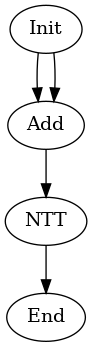
Above: data/graph_poly.dot.png in hal-lab-u-tokyo/PolyFHE (Graphviz), before the change. Its source is kept beside it as data/graph_poly.dot.
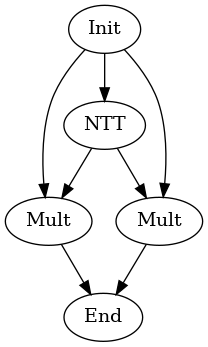
Later version of the same file.

Diff of the diagram source:
```diff
@@ -2,9 +2,13 @@
 Init[label="Init"];
 End[label="End"];
 NTT[label="NTT"];
-Add[label="Add"];
-Init -> Add;
-Init -> Add;
-Add -> NTT;
-NTT -> End;
+Mult0[label="Mult"];
+Mult1[label="Mult"];
+Init -> NTT;
+Init -> Mult0;
+Init -> Mult1;
+NTT -> Mult0;
+NTT -> Mult1;
+Mult0 -> End;
+Mult1 -> End;
 }
```
